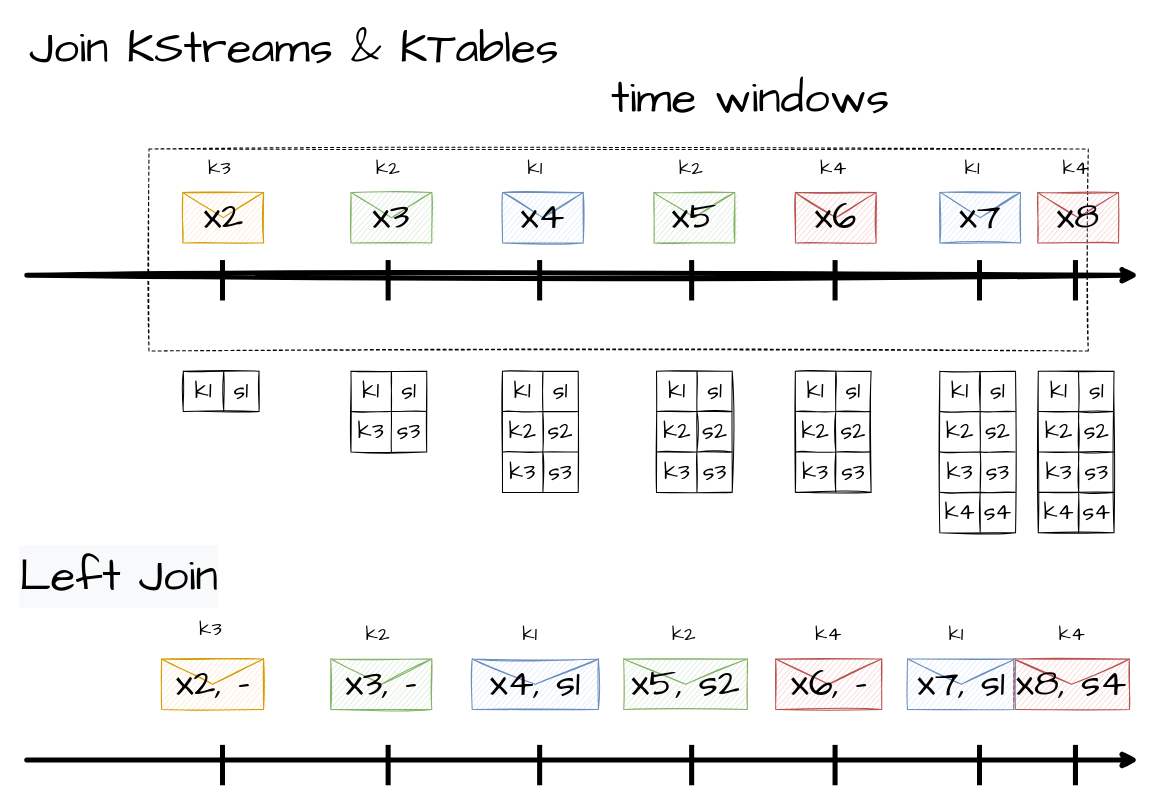
The draw.io diagram page "Page-10" (10 of 15) of Untitled Diagram.drawio in tamani-coding/kafka-streams-tutorial, before the edit. Source tidied: cells renumbered, new cells numbered last; positions are measured from the earlier drawing's top-left corner, leaving out a move shared by most shapes. Both pictures are drawn from the tidied source at 101%, with x=0, y=0 at pixel (17, 37).
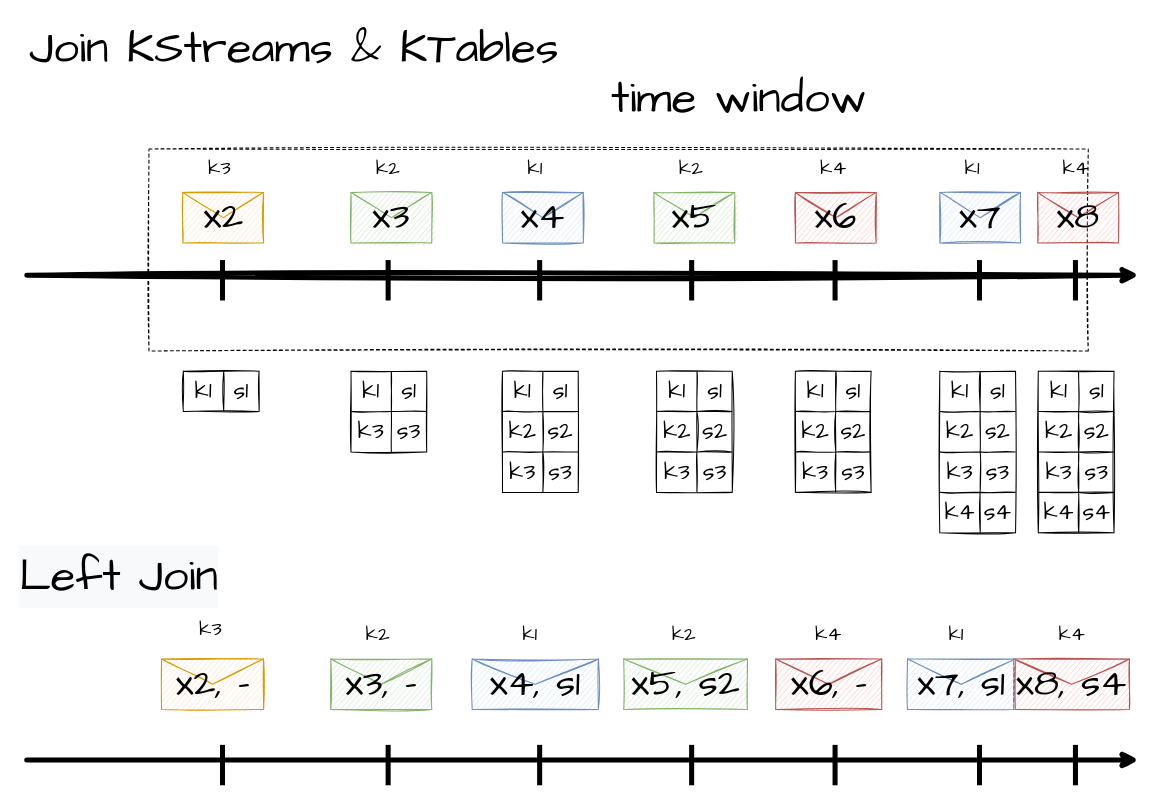
Above is the later version.

Change to the diagram source:
```diff
@@
-    <mxCell id="116" value="&lt;font style=&quot;font-size: 45px&quot; face=&quot;Comic Sans MS&quot;&gt;time windows&lt;/font&gt;" style="text;html=1;strokeColor=none;fillColor=none;align=left;verticalAlign=middle;whiteSpace=wrap;rounded=0;sketch=1;" parent="1" vertex="1">
+    <mxCell id="116" value="&lt;font style=&quot;font-size: 45px&quot; face=&quot;Comic Sans MS&quot;&gt;time window&lt;/font&gt;" style="text;html=1;strokeColor=none;fillColor=none;align=left;verticalAlign=middle;whiteSpace=wrap;rounded=0;sketch=1;" parent="1" vertex="1">
       <mxGeometry x="586" y="50" width="350" height="20" as="geometry" />
     </mxCell>
```
